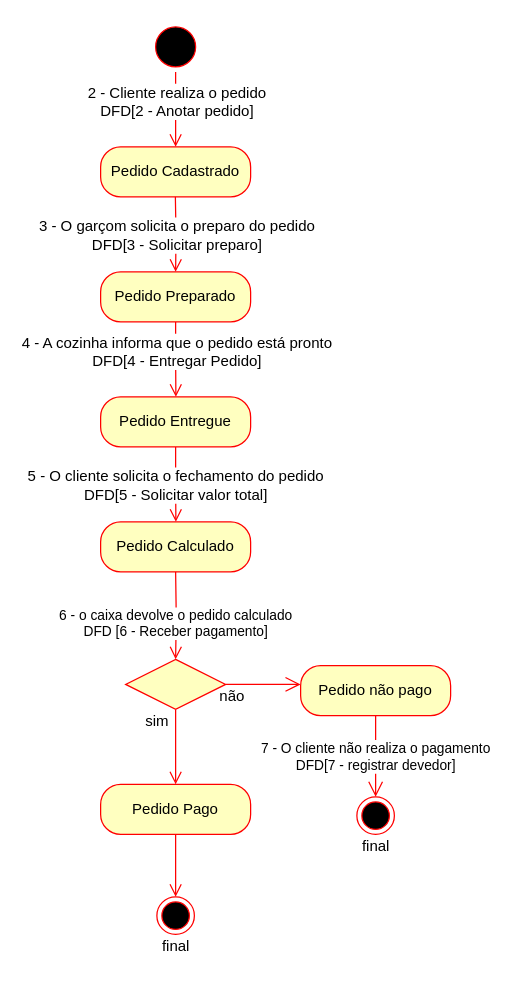
Above: docs/CHRISTIANE/cicloDeVidaPedido.drawio in Darienzo08/ope_ads (draw.io), before the change. Source tidied: cells renumbered, new cells numbered last; positions are measured from the earlier drawing's top-left corner, leaving out a move shared by most shapes. Both pictures are drawn from the tidied source at 125%, with x=0, y=0 at pixel (100, 21).
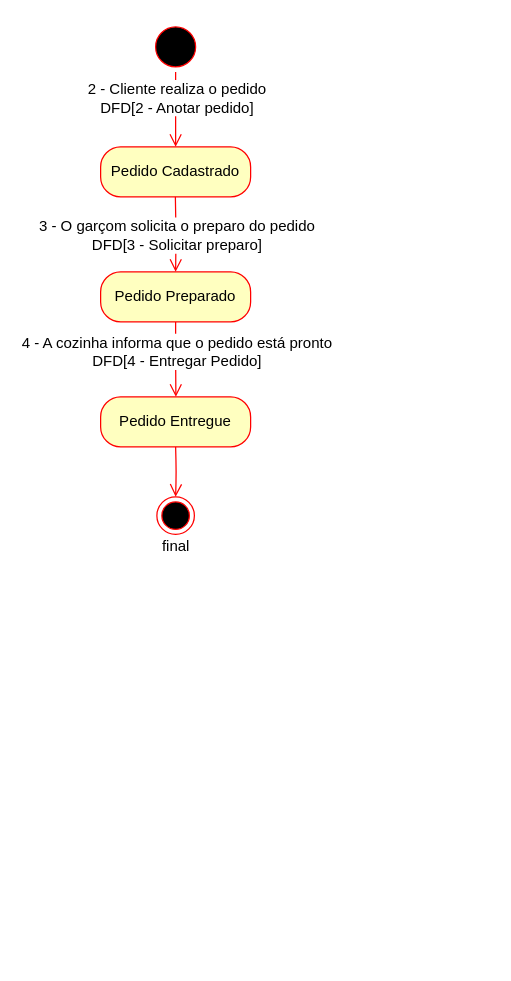
After the change.

The change refers to these unchanged cells:
```xml
<mxCell id="4" style="edgeStyle=orthogonalEdgeStyle;html=1;verticalAlign=bottom;endArrow=open;endSize=8;strokeColor=#ff0000;" parent="1" edge="1" source="3" target="6">
  <mxGeometry relative="1" as="geometry">
    <Array as="points">
      <mxPoint x="60" y="110" />
    </Array>
  </mxGeometry>
</mxCell>
```

Change to the diagram source:
```diff
@@
     <mxCell id="2" style="ellipse;html=1;shape=endState;fillColor=#000000;strokeColor=#ff0000;" parent="1" vertex="1">
-      <mxGeometry x="45" y="700" width="30" height="30" as="geometry" />
+      <mxGeometry x="45" y="380" width="30" height="30" as="geometry" />
     </mxCell>
@@
     <mxCell id="5" value="2 - Cliente realiza o pedido&lt;br&gt;DFD[2 - Anotar pedido]" style="text;html=1;align=center;verticalAlign=middle;labelBackgroundColor=#ffffff;" parent="4" vertex="1">
       <mxGeometry x="1" y="37" relative="1" as="geometry">
-        <mxPoint x="-37" y="-37" as="offset" />
+        <mxPoint x="-37" y="-40" as="offset" />
       </mxGeometry>
     </mxCell>
@@
-    <mxCell id="12" style="edgeStyle=orthogonalEdgeStyle;html=1;verticalAlign=bottom;endArrow=open;endSize=8;strokeColor=#ff0000;entryX=0.5;entryY=0;entryDx=0;entryDy=0;" parent="1" edge="1">
+    <mxCell id="12" style="edgeStyle=orthogonalEdgeStyle;html=1;verticalAlign=bottom;endArrow=open;endSize=8;strokeColor=#ff0000;entryX=0.5;entryY=0;entryDx=0;entryDy=0;" parent="1" edge="1" target="2">
       <mxGeometry relative="1" as="geometry">
         <mxPoint x="60" y="340" as="sourcePoint" />
-        <mxPoint x="60.2" y="400" as="targetPoint" />
-        <Array as="points">
-          <mxPoint x="60" y="370" />
-        </Array>
       </mxGeometry>
     </mxCell>
-    <mxCell id="13" value="5 - O cliente solicita o fechamento do pedido&lt;br&gt;DFD[5 - Solicitar valor total]" style="text;html=1;align=center;verticalAlign=middle;labelBackgroundColor=#ffffff;" parent="12" vertex="1">
-      <mxGeometry y="10" relative="1" as="geometry">
-        <mxPoint x="-10" y="0.1" as="offset" />
-      </mxGeometry>
-    </mxCell>
-    <mxCell id="14" value="Pedido Pago" style="rounded=1;whiteSpace=wrap;html=1;arcSize=40;fontColor=#000000;fillColor=#ffffc0;strokeColor=#ff0000;" parent="1" vertex="1">
-      <mxGeometry y="610" width="120" height="40" as="geometry" />
-    </mxCell>
-    <mxCell id="15" style="edgeStyle=orthogonalEdgeStyle;html=1;verticalAlign=bottom;endArrow=open;endSize=8;strokeColor=#ff0000;exitX=0.5;exitY=1;exitDx=0;exitDy=0;" parent="1" edge="1" source="14">
-      <mxGeometry relative="1" as="geometry">
-        <mxPoint x="60" y="700" as="targetPoint" />
-      </mxGeometry>
-    </mxCell>
@@
-    <mxCell id="17" value="Pedido Calculado" style="rounded=1;whiteSpace=wrap;html=1;arcSize=40;fontColor=#000000;fillColor=#ffffc0;strokeColor=#ff0000;" parent="1" vertex="1">
-      <mxGeometry y="400" width="120" height="40" as="geometry" />
-    </mxCell>
-    <mxCell id="18" style="edgeStyle=orthogonalEdgeStyle;html=1;verticalAlign=bottom;endArrow=open;endSize=8;strokeColor=#ff0000;entryX=0.5;entryY=0;entryDx=0;entryDy=0;" parent="1" edge="1" source="20" target="14">
-      <mxGeometry x="0.65" relative="1" as="geometry" />
-    </mxCell>
-    <mxCell id="19" style="edgeStyle=orthogonalEdgeStyle;rounded=0;jettySize=auto;html=1;strokeColor=#FF0000;endArrow=open;endFill=0;startSize=6;endSize=10;" parent="1" edge="1" source="20">
-      <mxGeometry relative="1" as="geometry">
-        <mxPoint x="160" y="530" as="targetPoint" />
-      </mxGeometry>
-    </mxCell>
-    <mxCell id="20" style="rhombus;whiteSpace=wrap;html=1;fillColor=#ffffc0;strokeColor=#ff0000;" parent="1" vertex="1">
-      <mxGeometry x="20" y="510" width="80" height="40" as="geometry" />
-    </mxCell>
-    <mxCell id="21" value="6 - o caixa devolve o pedido calculado&lt;br&gt;DFD [6 - Receber pagamento]" style="edgeStyle=orthogonalEdgeStyle;html=1;verticalAlign=bottom;endArrow=open;endSize=8;strokeColor=#ff0000;entryX=0.5;entryY=0;entryDx=0;entryDy=0;" parent="1" edge="1" target="20">
-      <mxGeometry x="0.65" relative="1" as="geometry">
-        <mxPoint x="60" y="440" as="sourcePoint" />
-      </mxGeometry>
-    </mxCell>
-    <mxCell id="22" value="7 - O cliente não realiza o pagamento&lt;br&gt;DFD[7 - registrar devedor]" style="edgeStyle=orthogonalEdgeStyle;rounded=0;jettySize=auto;html=1;entryX=0.5;entryY=0;entryDx=0;entryDy=0;startSize=6;endArrow=open;endFill=0;endSize=10;strokeColor=#FF0000;" parent="1" edge="1" source="23" target="24">
-      <mxGeometry relative="1" as="geometry" />
-    </mxCell>
-    <mxCell id="23" value="Pedido não pago" style="rounded=1;whiteSpace=wrap;html=1;arcSize=40;fontColor=#000000;fillColor=#ffffc0;strokeColor=#ff0000;" parent="1" vertex="1">
-      <mxGeometry x="160" y="515" width="120" height="40" as="geometry" />
-    </mxCell>
-    <mxCell id="24" style="ellipse;html=1;shape=endState;fillColor=#000000;strokeColor=#ff0000;" parent="1" vertex="1">
-      <mxGeometry x="205" y="620" width="30" height="30" as="geometry" />
-    </mxCell>
-    <mxCell id="25" value="sim" style="text;html=1;align=center;verticalAlign=middle;" parent="1" vertex="1">
-      <mxGeometry x="30" y="550" width="30" height="20" as="geometry" />
-    </mxCell>
-    <mxCell id="26" value="não" style="text;html=1;align=center;verticalAlign=middle;" parent="1" vertex="1">
-      <mxGeometry x="85" y="530" width="40" height="20" as="geometry" />
-    </mxCell>
     <mxCell id="27" value="final" style="text;html=1;align=center;verticalAlign=middle;" parent="1" vertex="1">
-      <mxGeometry x="40" y="730" width="40" height="20" as="geometry" />
+      <mxGeometry x="40" y="410" width="40" height="20" as="geometry" />
     </mxCell>
-    <mxCell id="28" value="final" style="text;html=1;align=center;verticalAlign=middle;" parent="1" vertex="1">
-      <mxGeometry x="200" y="650" width="40" height="20" as="geometry" />
-    </mxCell>
```
